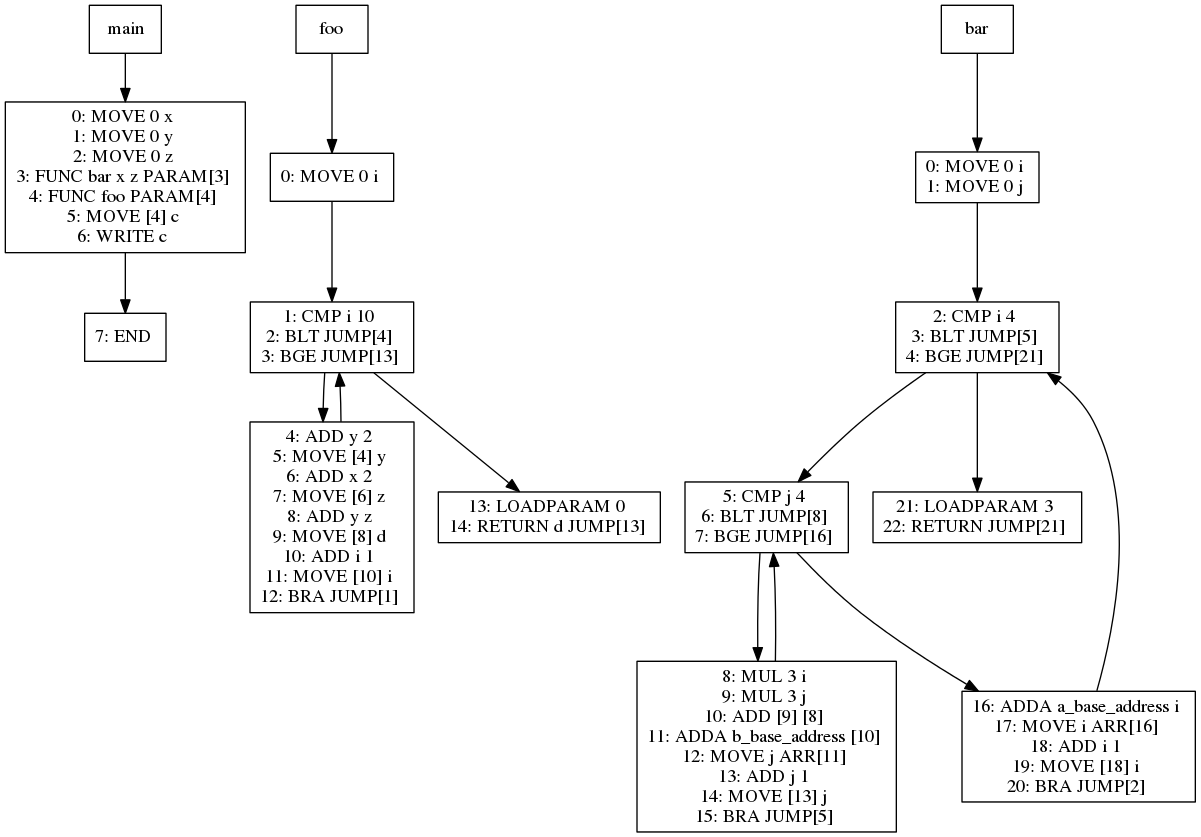
This is viz/test002.dot.png from jiahanwang/PL241-Compiler, a Graphviz export, as it was before one commit. Its source is kept beside it as viz/test002.dot.
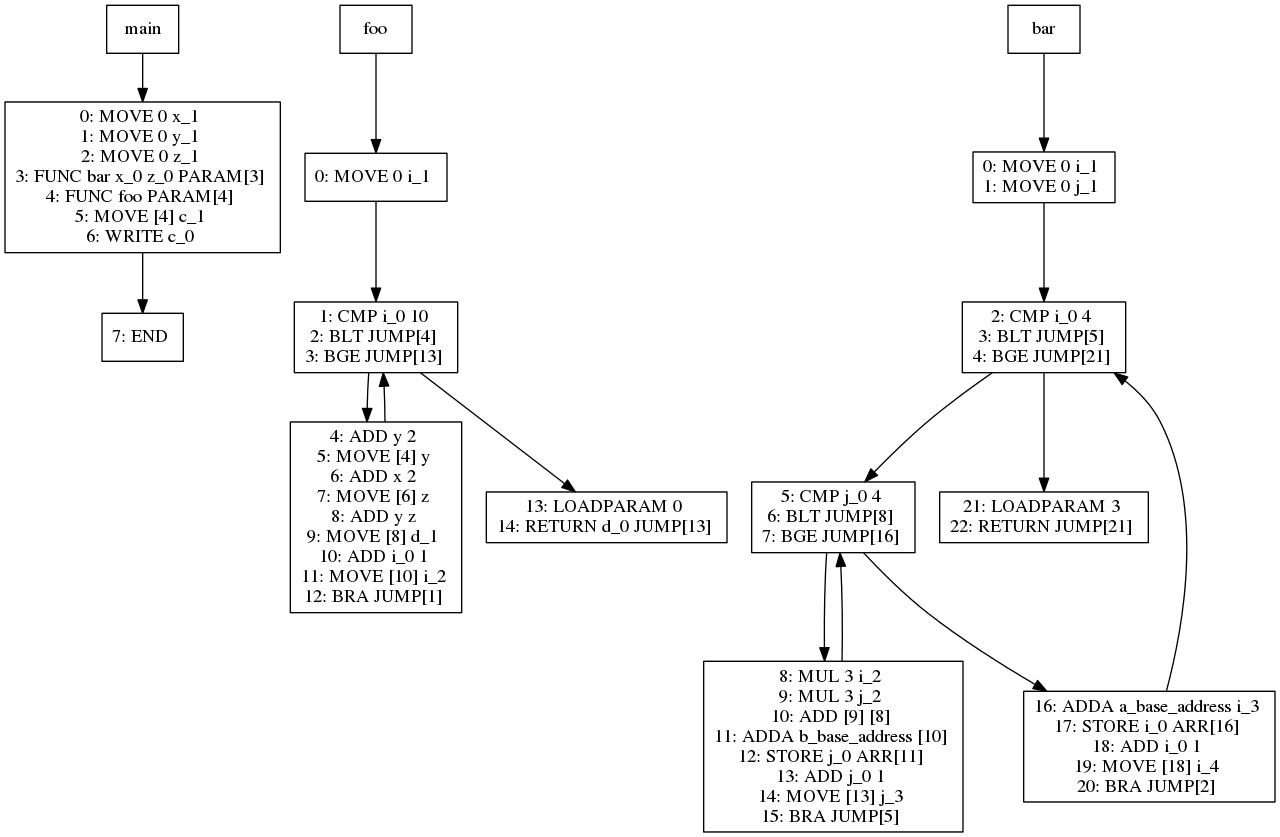
The same file after the commit.

The edit, as a diff of the source:
```diff
@@ -1,79 +1,82 @@
 digraph test002 {
 node [shape=box]
-14[label="main"]
-14 -> 41
-41[label="0: MOVE 0 x
-1: MOVE 0 y
-2: MOVE 0 z
-3: FUNC bar x z PARAM[3]
+1[label="main"]
+1 -> 28
+28[label="0: MOVE 0 x_1
+1: MOVE 0 y_1
+2: MOVE 0 z_1
+0: MOVE 0 x_1
+1: MOVE 0 y_1
+2: MOVE 0 z_1
+3: FUNC bar x_1 z_1 PARAM[3]
 4: FUNC foo PARAM[4]
-5: MOVE [4] c
-6: WRITE c
+5: MOVE [4] c_1
+6: WRITE c_1
 "]
-41 -> 47
-47[label="7: END
+28 -> 34
+34[label="7: END
 "]
-19[label="foo"]
-19 -> 21
-21[label="0: MOVE 0 i
+6[label="foo"]
+6 -> 8
+8[label="0: MOVE 0 i_1
 "]
-21 -> 22
-22[label="1: CMP i 10
-2: BLT JUMP[4]
-3: BGE JUMP[13]
+8 -> 9
+9[label="1: CMP i_1 10
+4: BLT JUMP[6]
+5: BGE JUMP[15]
+"]
+9 -> 11
+11[label="6: ADD y 2
+7: MOVE [6] y
+8: ADD x 2
+9: MOVE [8] z
+10: ADD y z
+11: MOVE [10] d_1
+12: ADD i_1 1
+13: MOVE [12] i_2
+14: BRA JUMP[3]
+"]
+11 -> 9
+9 -> 10
+10[label="13: MOVE [12] i_2
+14: BRA JUMP[3]
+"]
+16[label="bar"]
+16 -> 18
+18[label="0: MOVE 0 i_1
+1: MOVE 0 j_1
+"]
+18 -> 20
+20[label="2: CMP i_1 4
+5: BLT JUMP[7]
+6: BGE JUMP[23]
+"]
+20 -> 22
+22[label="7: CMP j_1 4
+10: BLT JUMP[12]
+11: BGE JUMP[20]
 "]
 22 -> 24
-24[label="4: ADD y 2
-5: MOVE [4] y
-6: ADD x 2
-7: MOVE [6] z
-8: ADD y z
-9: MOVE [8] d
-10: ADD i 1
-11: MOVE [10] i
-12: BRA JUMP[1]
+24[label="12: MUL 3 i_2
+13: MUL 3 j_2
+14: ADD [13] [12]
+15: ADDA b_base_address [14]
+16: STORE j_1 ARR[1122]
+17: ADD j_1 1
+18: MOVE [17] j_3
+19: BRA JUMP[9]
 "]
 24 -> 22
 22 -> 23
-23[label="13: LOADPARAM 0
-14: RETURN d JUMP[13]
+23[label="18: MOVE [17] j_3
+19: BRA JUMP[9]
+18: ADDA a_base_address i_4
+19: STORE i_3 ARR[162]
+22: BRA JUMP[4]
 "]
-29[label="bar"]
-29 -> 31
-31[label="0: MOVE 0 i
-1: MOVE 0 j
-"]
-31 -> 33
-33[label="2: CMP i 4
-3: BLT JUMP[5]
-4: BGE JUMP[21]
-"]
-33 -> 35
-35[label="5: CMP j 4
-6: BLT JUMP[8]
-7: BGE JUMP[16]
-"]
-35 -> 37
-37[label="8: MUL 3 i
-9: MUL 3 j
-10: ADD [9] [8]
-11: ADDA b_base_address [10]
-12: MOVE j ARR[11]
-13: ADD j 1
-14: MOVE [13] j
-15: BRA JUMP[5]
-"]
-37 -> 35
-35 -> 36
-36[label="16: ADDA a_base_address i
-17: MOVE i ARR[16]
-18: ADD i 1
-19: MOVE [18] i
-20: BRA JUMP[2]
-"]
-36 -> 33
-33 -> 34
-34[label="21: LOADPARAM 3
-22: RETURN JUMP[21]
+23 -> 20
+20 -> 21
+21[label="21: LOADPARAM 3
+0: RETURN JUMP[21]
 "]
 }
```
